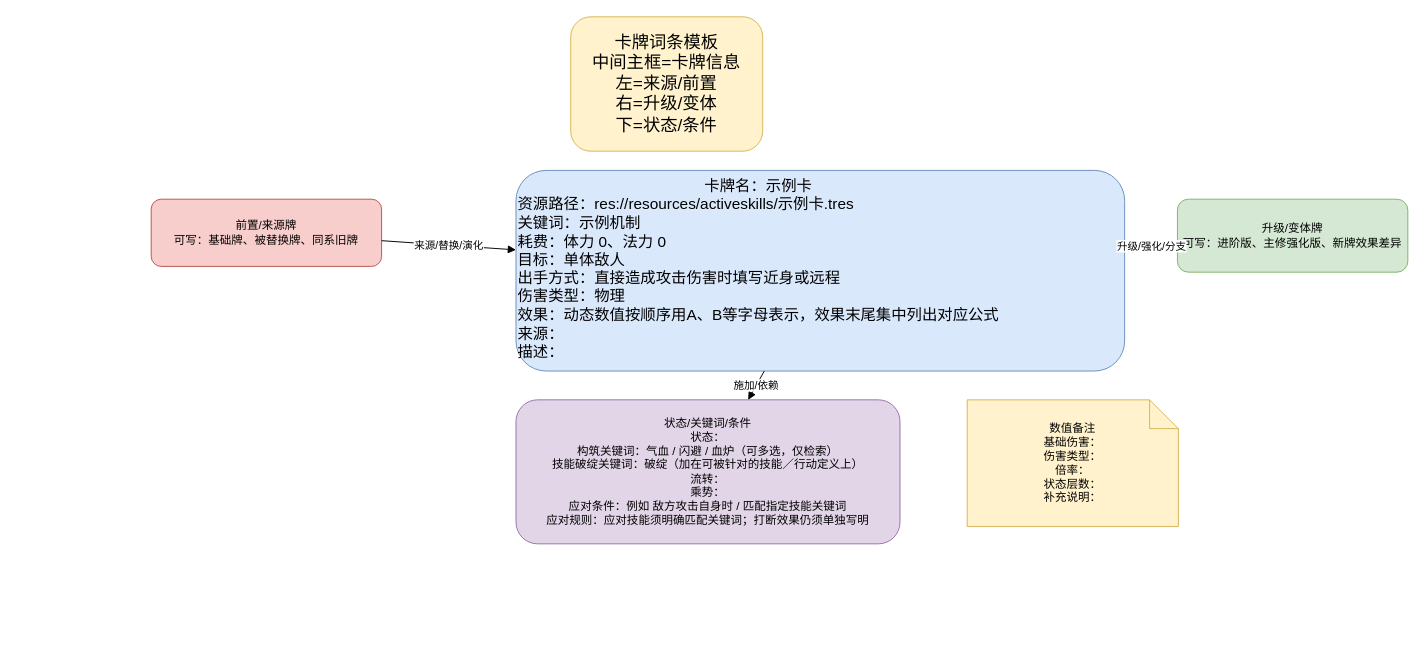
Above: page "卡牌模板" (1 of 2) of docs/卡牌词典/_卡牌模板.drawio in ankundanetracyc-spec/tian-guan-you-du (draw.io), before the change. Source tidied: cells renumbered, new cells numbered last; positions are measured from the earlier drawing's top-left corner, leaving out a move shared by most shapes. Both pictures are drawn from the tidied source at 96%, with x=0, y=0 at pixel (151, 16).
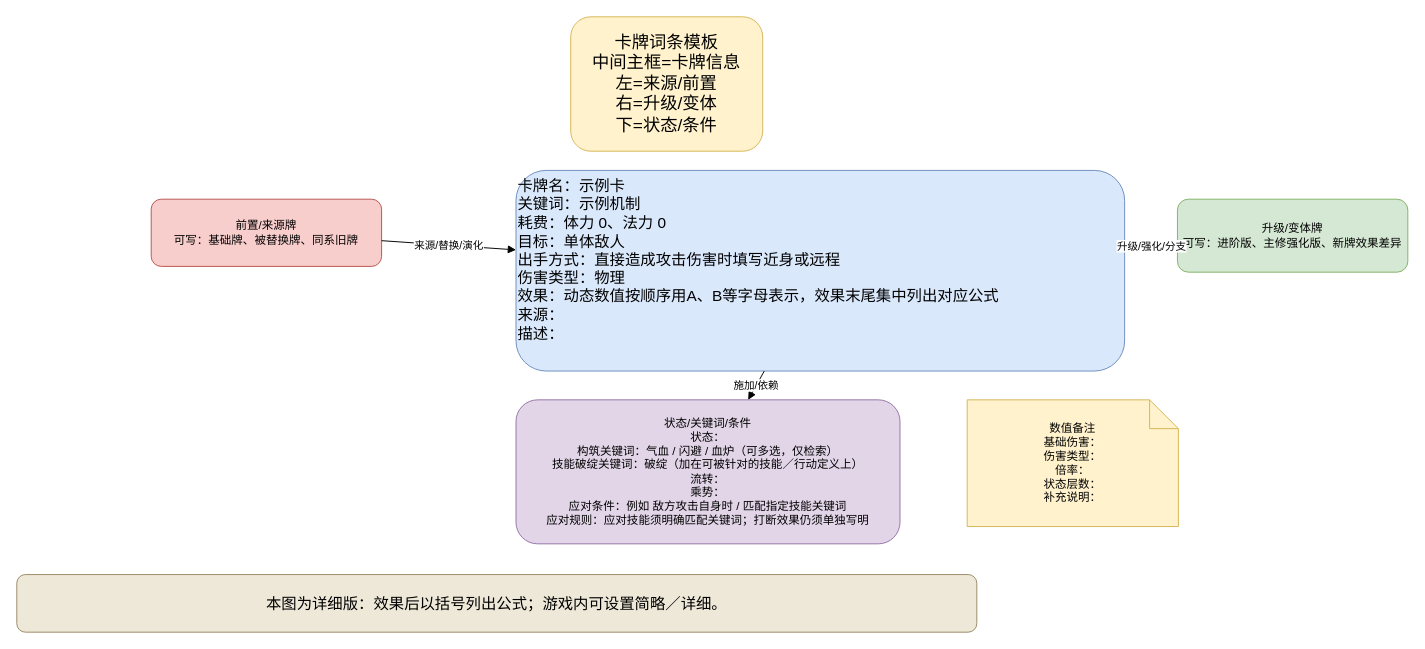
Above is the later version.

Diff of the diagram source:
```diff
@@
 <mxGraphModel>
   <root>
     <mxCell id="0" />
     <mxCell id="1" parent="0" />
     <mxCell id="2" value="卡牌词条模板&#10;中间主框=卡牌信息&#10;左=来源/前置&#10;右=升级/变体&#10;下=状态/条件" style="rounded=1;whiteSpace=wrap;html=1;fillColor=#fff2cc;strokeColor=#d6b656;fontSize=18;" parent="1" vertex="1">
       <mxGeometry x="437" width="200" height="140" as="geometry" />
     </mxCell>
-    <mxCell id="3" value="&lt;div style=&quot;text-align:center;&quot;&gt;卡牌名：示例卡&lt;/div&gt;&lt;div style=&quot;text-align:left;&quot;&gt;资源路径：res://resources/activeskills/示例卡.tres&lt;br&gt;关键词：示例机制&lt;br&gt;耗费：体力 0、法力 0&lt;br&gt;目标：单体敌人&lt;br&gt;出手方式：直接造成攻击伤害时填写近身或远程&lt;br&gt;伤害类型：物理&lt;br&gt;效果：动态数值按顺序用A、B等字母表示，效果末尾集中列出对应公式&lt;br&gt;来源：&lt;br&gt;描述：&lt;/div&gt;" style="rounded=1;whiteSpace=wrap;html=1;fillColor=#dae8fc;strokeColor=#6c8ebf;fontSize=16;align=left;verticalAlign=top;" parent="1" vertex="1">
+    <mxCell id="3" value="卡牌名：示例卡&#10;关键词：示例机制&#10;耗费：体力 0、法力 0&#10;目标：单体敌人&#10;出手方式：直接造成攻击伤害时填写近身或远程&#10;伤害类型：物理&#10;效果：动态数值按顺序用A、B等字母表示，效果末尾集中列出对应公式&#10;来源：&#10;描述：" style="rounded=1;whiteSpace=wrap;html=1;fillColor=#dae8fc;strokeColor=#6c8ebf;fontSize=16;align=left;verticalAlign=top;" parent="1" vertex="1">
       <mxGeometry x="380" y="160" width="634" height="209" as="geometry" />
     </mxCell>
     <mxCell id="4" value="前置/来源牌&#10;可写：基础牌、被替换牌、同系旧牌" style="rounded=1;whiteSpace=wrap;html=1;fillColor=#f8cecc;strokeColor=#b85450;" parent="1" vertex="1">
       <mxGeometry y="190" width="240" height="70" as="geometry" />
     </mxCell>
     <mxCell id="5" value="升级/变体牌&#10;可写：进阶版、主修强化版、新牌效果差异" style="rounded=1;whiteSpace=wrap;html=1;fillColor=#d5e8d4;strokeColor=#82b366;" parent="1" vertex="1">
       <mxGeometry x="1069" y="190" width="240" height="76" as="geometry" />
     </mxCell>
     <mxCell id="6" value="状态/关键词/条件&#10;状态：&#10;构筑关键词：气血 / 闪避 / 血炉（可多选，仅检索）&#10;技能破绽关键词：破绽（加在可被针对的技能／行动定义上）&#10;流转：&#10;乘势：&#10;应对条件：例如 敌方攻击自身时 / 匹配指定技能关键词&#10;应对规则：应对技能须明确匹配关键词；打断效果仍须单独写明" style="rounded=1;whiteSpace=wrap;html=1;fillColor=#e1d5e7;strokeColor=#9673a6;" parent="1" vertex="1">
       <mxGeometry x="380" y="399" width="400" height="150" as="geometry" />
     </mxCell>
     <mxCell id="7" value="数值备注&#10;基础伤害：&#10;伤害类型：&#10;倍率：&#10;状态层数：&#10;补充说明：" style="shape=note;whiteSpace=wrap;html=1;fillColor=#fff2cc;strokeColor=#d6b656;" parent="1" vertex="1">
       <mxGeometry x="850" y="399" width="220" height="132" as="geometry" />
     </mxCell>
     <mxCell id="8" value="来源/替换/演化" style="endArrow=block;html=1;rounded=0;" parent="1" edge="1" source="4" target="3">
       <mxGeometry relative="1" as="geometry" />
     </mxCell>
     <mxCell id="9" value="升级/强化/分支" style="endArrow=block;html=1;rounded=0;" parent="1" edge="1" source="3" target="5">
       <mxGeometry relative="1" as="geometry" />
     </mxCell>
     <mxCell id="10" value="施加/依赖" style="endArrow=block;html=1;rounded=0;" parent="1" edge="1" source="3" target="6">
       <mxGeometry relative="1" as="geometry" />
     </mxCell>
+    <mxCell id="11" value="本图为详细版：效果后以括号列出公式；游戏内可设置简略／详细。" style="rounded=1;whiteSpace=wrap;html=1;fillColor=#eee8d8;strokeColor=#9a8967;fontSize=16;" parent="1" vertex="1">
+      <mxGeometry x="-140" y="581" width="1000" height="60" as="geometry" />
+    </mxCell>
   </root>
 </mxGraphModel>
```
